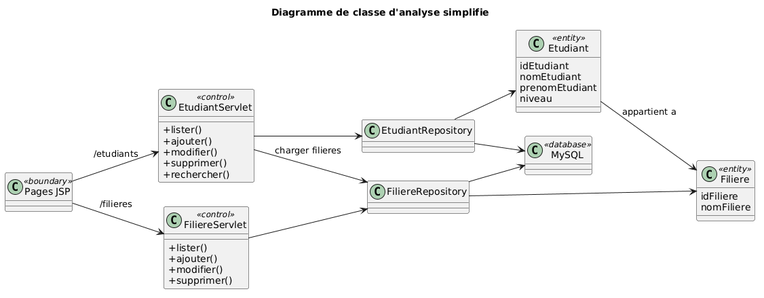
Above: docs/uml/images/classe-analyse.png in mehdidabaj/app-etudiant (PlantUML), before the change. Its source is kept beside it as docs/uml/classe-analyse.puml.
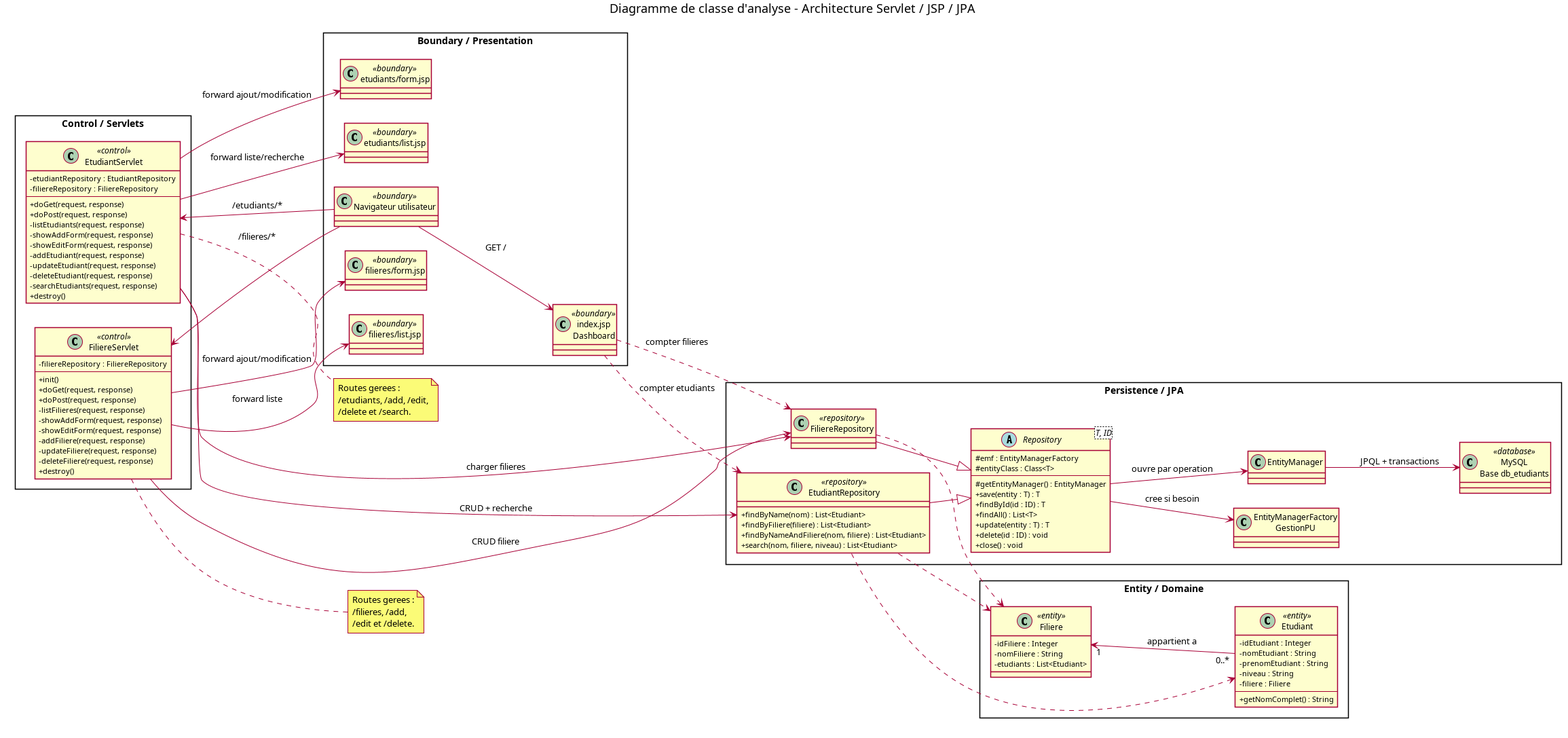
After the change.

Change to the diagram source:
```diff
@@ -1,55 +1,137 @@
 @startuml
-title Diagramme de classe d'analyse simplifie
+title Diagramme de classe d'analyse - Architecture Servlet / JSP / JPA
 
 skinparam classAttributeIconSize 0
 skinparam shadowing false
+skinparam packageStyle rectangle
 left to right direction
 
-class "Pages JSP" as JSP <<boundary>>
-
-class EtudiantServlet <<control>> {
-  + lister()
-  + ajouter()
-  + modifier()
-  + supprimer()
-  + rechercher()
+package "Boundary / Presentation" {
+  class "Navigateur utilisateur" as Browser <<boundary>>
+  class "index.jsp\nDashboard" as DashboardView <<boundary>>
+  class "etudiants/list.jsp" as EtudiantListView <<boundary>>
+  class "etudiants/form.jsp" as EtudiantFormView <<boundary>>
+  class "filieres/list.jsp" as FiliereListView <<boundary>>
+  class "filieres/form.jsp" as FiliereFormView <<boundary>>
 }
 
-class FiliereServlet <<control>> {
-  + lister()
-  + ajouter()
-  + modifier()
-  + supprimer()
+package "Control / Servlets" {
+  class EtudiantServlet <<control>> {
+    - etudiantRepository : EtudiantRepository
+    - filiereRepository : FiliereRepository
+    --
+    + doGet(request, response)
+    + doPost(request, response)
+    - listEtudiants(request, response)
+    - showAddForm(request, response)
+    - showEditForm(request, response)
+    - addEtudiant(request, response)
+    - updateEtudiant(request, response)
+    - deleteEtudiant(request, response)
+    - searchEtudiants(request, response)
+    + destroy()
+  }
+
+  class FiliereServlet <<control>> {
+    - filiereRepository : FiliereRepository
+    --
+    + init()
+    + doGet(request, response)
+    + doPost(request, response)
+    - listFilieres(request, response)
+    - showAddForm(request, response)
+    - showEditForm(request, response)
+    - addFiliere(request, response)
+    - updateFiliere(request, response)
+    - deleteFiliere(request, response)
+    + destroy()
+  }
 }
 
-class Etudiant <<entity>> {
-  idEtudiant
-  nomEtudiant
-  prenomEtudiant
-  niveau
+package "Entity / Domaine" {
+  class Etudiant <<entity>> {
+    - idEtudiant : Integer
+    - nomEtudiant : String
+    - prenomEtudiant : String
+    - niveau : String
+    - filiere : Filiere
+    --
+    + getNomComplet() : String
+  }
+
+  class Filiere <<entity>> {
+    - idFiliere : Integer
+    - nomFiliere : String
+    - etudiants : List<Etudiant>
+  }
 }
 
-class Filiere <<entity>> {
-  idFiliere
-  nomFiliere
+package "Persistence / JPA" {
+  abstract class "Repository<T, ID>" as Repository {
+    # emf : EntityManagerFactory
+    # entityClass : Class<T>
+    --
+    # getEntityManager() : EntityManager
+    + save(entity : T) : T
+    + findById(id : ID) : T
+    + findAll() : List<T>
+    + update(entity : T) : T
+    + delete(id : ID) : void
+    + close() : void
+  }
+
+  class EtudiantRepository <<repository>> {
+    + findByName(nom) : List<Etudiant>
+    + findByFiliere(filiere) : List<Etudiant>
+    + findByNameAndFiliere(nom, filiere) : List<Etudiant>
+    + search(nom, filiere, niveau) : List<Etudiant>
+  }
+
+  class FiliereRepository <<repository>>
+  class "EntityManagerFactory\nGestionPU" as EMF
+  class "EntityManager" as EM
+  class "MySQL\nBase db_etudiants" as DB <<database>>
 }
 
-class EtudiantRepository
-class FiliereRepository
-class "MySQL" as DB <<database>>
+Browser --> DashboardView : GET /
+Browser --> EtudiantServlet : /etudiants/*
+Browser --> FiliereServlet : /filieres/*
 
-JSP --> EtudiantServlet : /etudiants
-JSP --> FiliereServlet : /filieres
+DashboardView ..> EtudiantRepository : compter etudiants
+DashboardView ..> FiliereRepository : compter filieres
 
-EtudiantServlet --> EtudiantRepository
+EtudiantServlet --> EtudiantListView : forward liste/recherche
+EtudiantServlet --> EtudiantFormView : forward ajout/modification
+FiliereServlet --> FiliereListView : forward liste
+FiliereServlet --> FiliereFormView : forward ajout/modification
+
+EtudiantServlet --> EtudiantRepository : CRUD + recherche
 EtudiantServlet --> FiliereRepository : charger filieres
-FiliereServlet --> FiliereRepository
+FiliereServlet --> FiliereRepository : CRUD filiere
 
-EtudiantRepository --> Etudiant
-FiliereRepository --> Filiere
-Etudiant --> Filiere : appartient a
+EtudiantRepository --|> Repository
+FiliereRepository --|> Repository
 
-EtudiantRepository --> DB
-FiliereRepository --> DB
+EtudiantRepository ..> Etudiant
+EtudiantRepository ..> Filiere
+FiliereRepository ..> Filiere
+
+Filiere "1" <-- "0..*" Etudiant : appartient a
+
+Repository --> EMF : cree si besoin
+Repository --> EM : ouvre par operation
+EM --> DB : JPQL + transactions
+
+note right of EtudiantServlet
+  Routes gerees :
+  /etudiants, /add, /edit,
+  /delete et /search.
+end note
+
+note right of FiliereServlet
+  Routes gerees :
+  /filieres, /add,
+  /edit et /delete.
+end note
 
 @enduml
```
